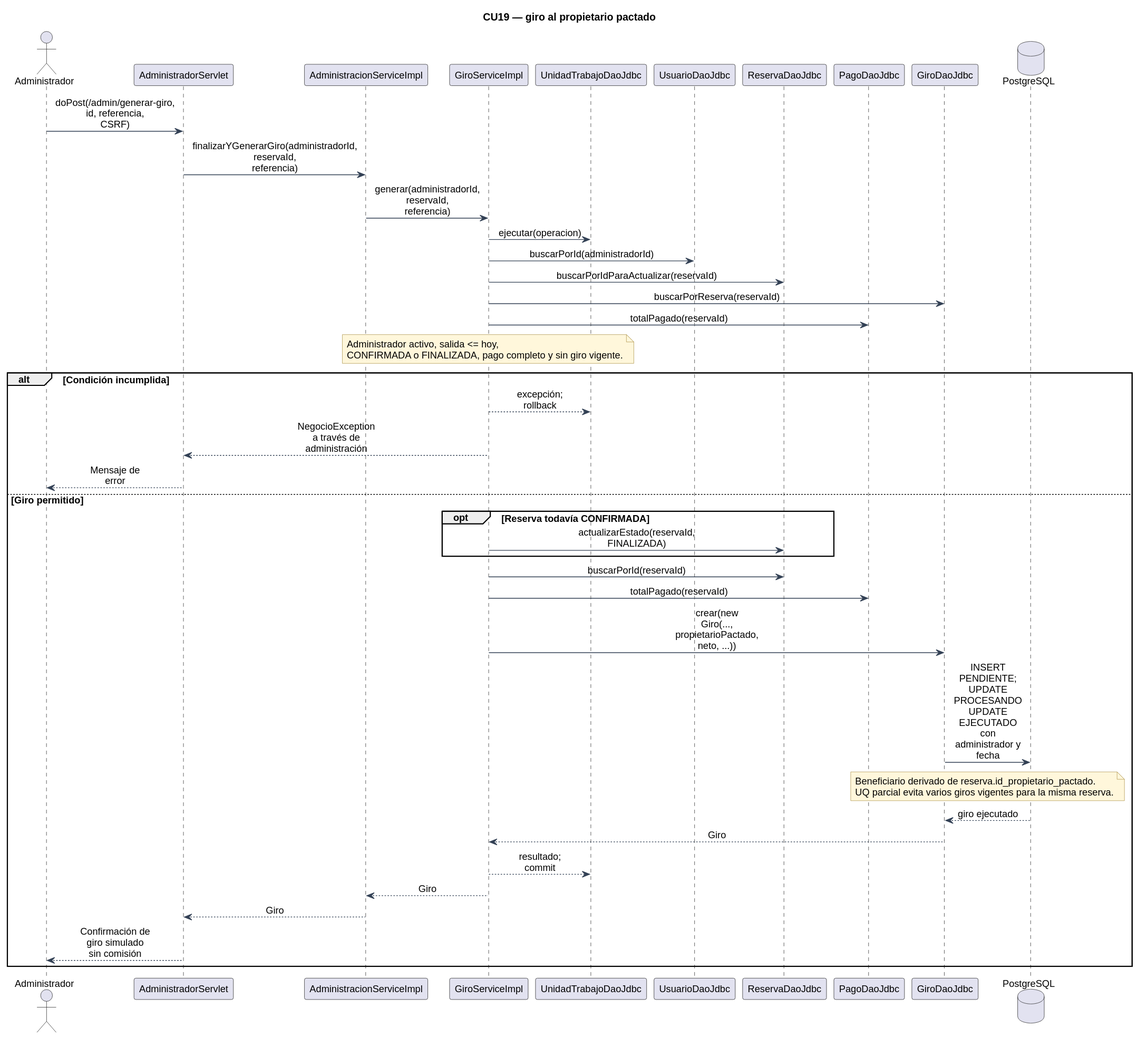
The PlantUML diagram docs/diagramas/12_secuencia_giro.svg in Davidjp11p07/DayNest, before a commit. The source it was exported from:
```plantuml
@startuml
!include estilo.iuml
title CU19 — giro al propietario pactado
actor Administrador as u
participant AdministradorServlet as web
participant AdministracionServiceImpl as admin
participant GiroServiceImpl as s
participant UnidadTrabajoDaoJdbc as tx
participant UsuarioDaoJdbc as usuarios
participant ReservaDaoJdbc as reservas
participant PagoDaoJdbc as pagos
participant GiroDaoJdbc as giros
database PostgreSQL as bd
u -> web : doPost(/admin/generar-giro, id, referencia, CSRF)
web -> admin : finalizarYGenerarGiro(administradorId, reservaId, referencia)
admin -> s : generar(administradorId, reservaId, referencia)
s -> tx : ejecutar(operacion)
s -> usuarios : buscarPorId(administradorId)
s -> reservas : buscarPorIdParaActualizar(reservaId)
s -> giros : buscarPorReserva(reservaId)
s -> pagos : totalPagado(reservaId)
note over s : Administrador activo, salida <= hoy,\nCONFIRMADA o FINALIZADA, pago completo y sin giro vigente.
alt Condición incumplida
  s --> tx : excepción; rollback
  s --> web : NegocioException a través de administración
  web --> u : Mensaje de error
else Giro permitido
  opt Reserva todavía CONFIRMADA
    s -> reservas : actualizarEstado(reservaId, FINALIZADA)
  end
  s -> reservas : buscarPorId(reservaId)
  s -> pagos : totalPagado(reservaId)
  s -> giros : crear(new Giro(..., propietarioPactado, neto, ...))
  giros -> bd : INSERT PENDIENTE; UPDATE PROCESANDO\nUPDATE EJECUTADO con administrador y fecha
  note over giros,bd : Beneficiario derivado de reserva.id_propietario_pactado.\nUQ parcial evita varios giros vigentes para la misma reserva.
  bd --> giros : giro ejecutado
  giros --> s : Giro
  s --> tx : resultado; commit
  s --> admin : Giro
  admin --> web : Giro
  web --> u : Confirmación de giro simulado sin comisión
end
@enduml
```
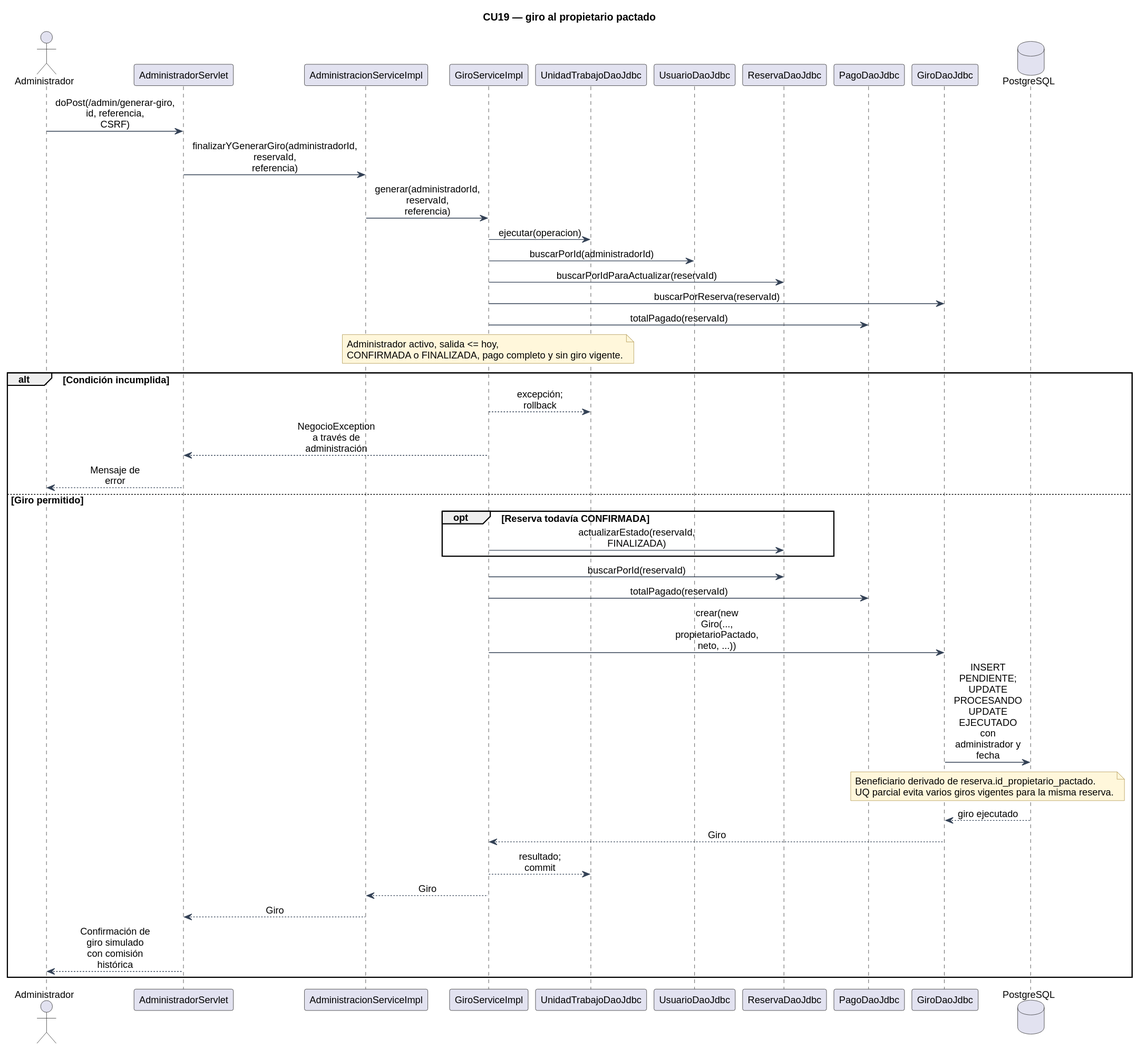
The same file after the commit.

The edit, as a diff of the source:
```diff
@@ -38,6 +38,6 @@
   s --> tx : resultado; commit
   s --> admin : Giro
   admin --> web : Giro
-  web --> u : Confirmación de giro simulado sin comisión
+  web --> u : Confirmación de giro simulado con comisión histórica
 end
 @enduml
```
